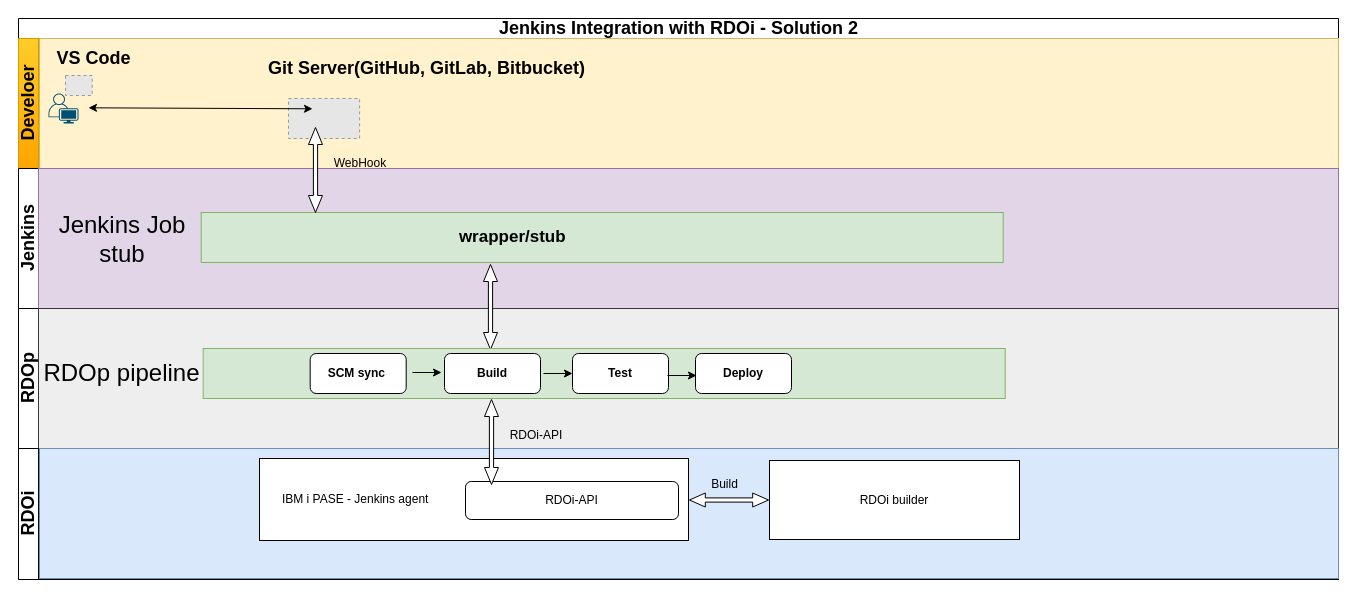
Earlier version of the draw.io diagram RDOp/Jenkins Integration with RDOi-call RDOp pipeline.drawio (dingzhanxing/Diagram). Source tidied: cells renumbered, new cells numbered last; positions are measured from the earlier drawing's top-left corner, leaving out a move shared by most shapes. Both pictures are drawn from the tidied source at 100%, with x=0, y=0 at pixel (18, 18). Pictures stored in the file or linked from it are replaced by grey dashed boxes.
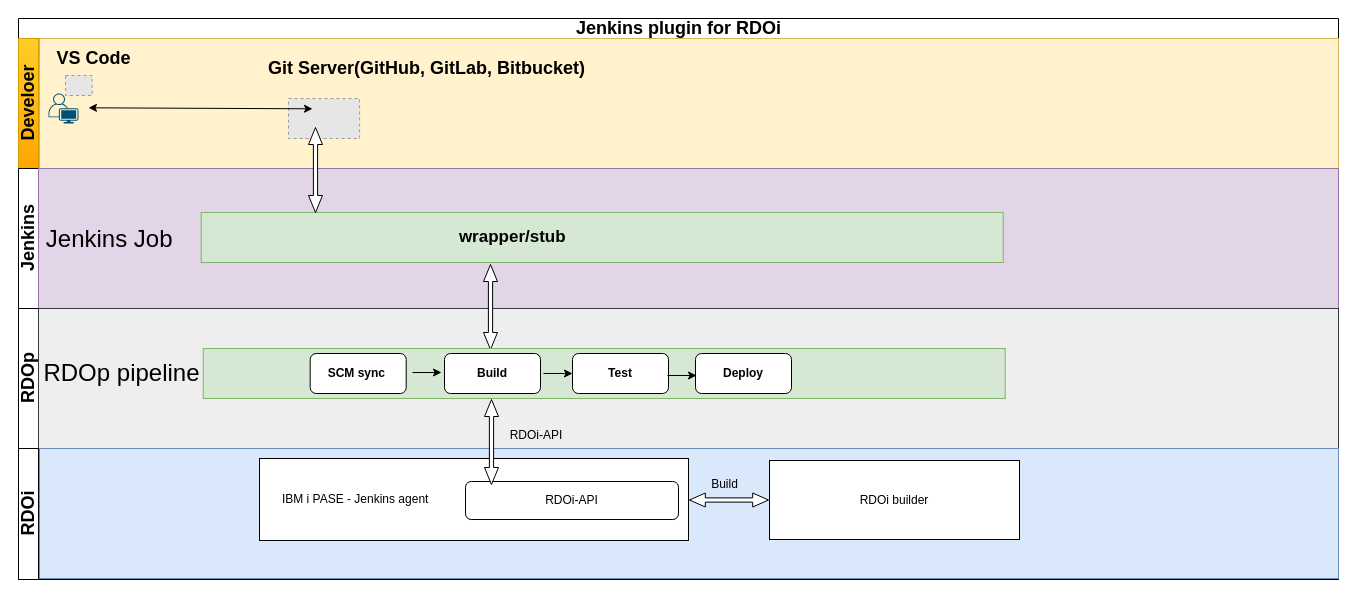
Above is the later version.

Unchanged cells that the change refers to:
```xml
<mxCell id="3" value="&lt;font style=&quot;font-size: 18px;&quot;&gt;Develoer&lt;/font&gt;" style="swimlane;startSize=20;horizontal=0;html=1;fillColor=#ffcd28;strokeColor=#d79b00;gradientColor=#ffa500;" parent="2" vertex="1">
  <mxGeometry y="20" width="1320" height="130" as="geometry" />
</mxCell>
<mxCell id="12" value="&lt;font style=&quot;font-size: 18px;&quot;&gt;Jenkins&lt;/font&gt;" style="swimlane;startSize=20;horizontal=0;html=1;" parent="2" vertex="1">
  <mxGeometry y="150" width="1320" height="140" as="geometry" />
</mxCell>
```

Diff of the diagram source:
```diff
@@
-    <mxCell id="2" value="&lt;font style=&quot;font-size: 18px;&quot;&gt;Jenkins Integration with RDOi - Solution 2&lt;/font&gt;" style="swimlane;horizontal=1;startSize=20;html=1;" parent="1" vertex="1">
+    <mxCell id="2" value="&lt;span style=&quot;font-size: 18px;&quot;&gt;Jenkins plugin for RDOi&lt;/span&gt;" style="swimlane;horizontal=1;startSize=20;html=1;" parent="1" vertex="1">
       <mxGeometry width="1320" height="561" as="geometry" />
     </mxCell>
@@
-    <mxCell id="11" value="WebHook" style="text;html=1;strokeColor=none;fillColor=none;align=center;verticalAlign=middle;whiteSpace=wrap;rounded=0;" parent="3" vertex="1">
-      <mxGeometry x="312" y="110" width="60" height="30" as="geometry" />
-    </mxCell>
@@
-    <mxCell id="16" value="&lt;font style=&quot;font-size: 24px;&quot;&gt;Jenkins Job stub&lt;/font&gt;" style="text;html=1;strokeColor=none;fillColor=none;align=center;verticalAlign=middle;whiteSpace=wrap;rounded=0;" parent="12" vertex="1">
-      <mxGeometry x="38.7" y="44" width="130" height="53" as="geometry" />
+    <mxCell id="16" value="&lt;font style=&quot;font-size: 24px;&quot;&gt;Jenkins Job&amp;nbsp;&lt;/font&gt;" style="text;html=1;strokeColor=none;fillColor=none;align=center;verticalAlign=middle;whiteSpace=wrap;rounded=0;" parent="12" vertex="1">
+      <mxGeometry x="20" y="44" width="148.7" height="53" as="geometry" />
     </mxCell>
```
